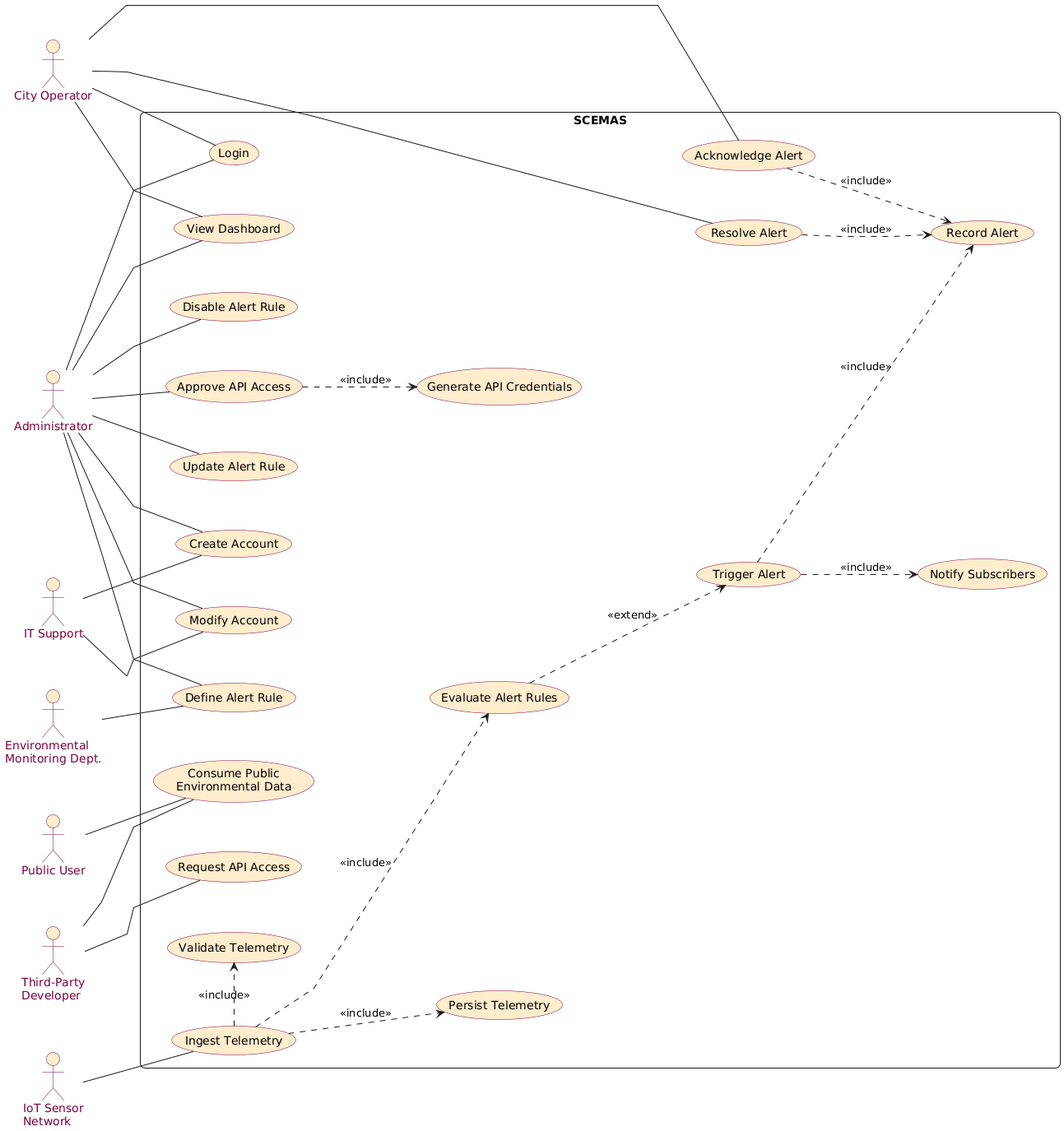
This is pictures/use_case.png from Yug-Vashisth/3A04_Group1, a PlantUML export, as it was before one commit.
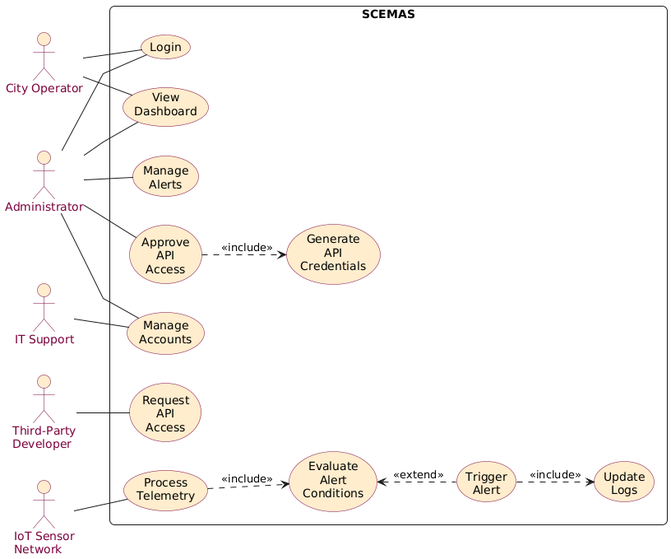
After the change.

Change to the diagram source:
```diff
@@ -1,7 +1,6 @@
 @startuml
-skinparam nodesep 60
-skinparam ranksep 60
-skinparam shadowing false
+skinparam nodesep 35
+skinparam ranksep 30
 skinparam roundcorner 12
 skinparam linetype polyline
 
@@ -13,90 +12,52 @@
   BackgroundColor $GOLD_BG
   FontColor       $MAROON
 }
-
 skinparam usecase {
   BackgroundColor $GOLD_BG
   BorderColor     $MAROON
 }
-
 left to right direction
 
-actor "City Operator" as CityOp
-actor "Public User" as Public
 actor "Administrator" as Admin
 actor "Third-Party\nDeveloper" as Dev
-actor "Environmental\nMonitoring Dept." as EMD
+actor "City Operator" as CityOp
 actor "IT Support" as IT
 actor "IoT Sensor\nNetwork" as Sensors
 
 rectangle "SCEMAS" {
+  usecase "Process\nTelemetry" as UC_Process
+  usecase "Evaluate\nAlert\nConditions" as UC_Evaluate
+  usecase "Trigger\nAlert" as UC_Trigger
+  usecase "Update\nLogs" as UC_UpdateLogs
 
-  usecase "Define Alert Rule" as UC_DefineRule
-  usecase "Update Alert Rule" as UC_UpdateRule
-  usecase "Disable Alert Rule" as UC_DisableRule
+  usecase "Manage\nAlerts" as UC_ManageAlerts
+  usecase "Login" as UC_Login
+  usecase "View\nDashboard" as UC_Dashboard
+  usecase "Manage\nAccounts" as UC_ManageAccounts
 
-  usecase "Evaluate Alert Rules" as UC_Evaluate
-  usecase "Trigger Alert" as UC_Trigger
-  usecase "Record Alert" as UC_Record
-  usecase "Notify Subscribers" as UC_Notify
-
-  usecase "Acknowledge Alert" as UC_Ack
-  usecase "Resolve Alert" as UC_Resolve
-
-  usecase "Request API Access" as UC_RequestAPI
-  usecase "Approve API Access" as UC_ApproveAPI
-  usecase "Generate API Credentials" as UC_GenAPI
-
-  usecase "Modify Account" as UC_ModifyAccount
-  usecase "Create Account" as UC_CreateAccount
-  usecase "Login" as UC_Login
-
-  usecase "View Dashboard" as UC_Dashboard
-  usecase "Consume Public\nEnvironmental Data" as UC_PublicAPI
-
-  usecase "Ingest Telemetry" as UC_Ingest
-  usecase "Validate Telemetry" as UC_Validate
-  usecase "Persist Telemetry" as UC_Persist
+  usecase "Request\nAPI\nAccess" as UC_RequestAPI
+  usecase "Approve\nAPI\nAccess" as UC_ApproveAPI
+  usecase "Generate\nAPI\nCredentials" as UC_GenAPI
 }
 
+Dev -- UC_RequestAPI
+
+Admin -- UC_Login
+Admin -- UC_Dashboard
+Admin -- UC_ManageAlerts
+Admin -- UC_ApproveAPI
+Admin -- UC_ManageAccounts
 
 CityOp -- UC_Login
 CityOp -- UC_Dashboard
-CityOp -- UC_Ack
-CityOp -- UC_Resolve
 
-Public -- UC_PublicAPI
+IT -- UC_ManageAccounts
+Sensors -- UC_Process
 
-Admin -- UC_Login
-Admin -- UC_CreateAccount
-Admin -- UC_ModifyAccount
-Admin -- UC_DefineRule
-Admin -- UC_UpdateRule
-Admin -- UC_DisableRule
-Admin -- UC_ApproveAPI
-Admin -- UC_Dashboard
-
-Dev -- UC_RequestAPI
-Dev -- UC_PublicAPI
-
-EMD -- UC_DefineRule
-
-IT -- UC_ModifyAccount
-IT -- UC_CreateAccount
-
-Sensors -- UC_Ingest
+UC_Process     ..> UC_Evaluate    : <<include>>
+UC_Trigger     ..> UC_UpdateLogs  : <<include>>
+UC_ApproveAPI  ..> UC_GenAPI      : <<include>>
 
 
-UC_Ingest ..> UC_Evaluate : <<include>>
-UC_Ingest ..> UC_Persist : <<include>>
-UC_Ingest .right.> UC_Validate : <<include>>
-
-UC_Evaluate ..> UC_Trigger : <<extend>>
-UC_Trigger ..> UC_Record : <<include>>
-UC_Trigger ..> UC_Notify : <<include>>
-
-UC_Ack ..> UC_Record : <<include>>
-UC_Resolve ..> UC_Record : <<include>>
-
-UC_ApproveAPI ..> UC_GenAPI : <<include>>
+UC_Evaluate <.. UC_Trigger : <<extend>>
 @enduml
```
